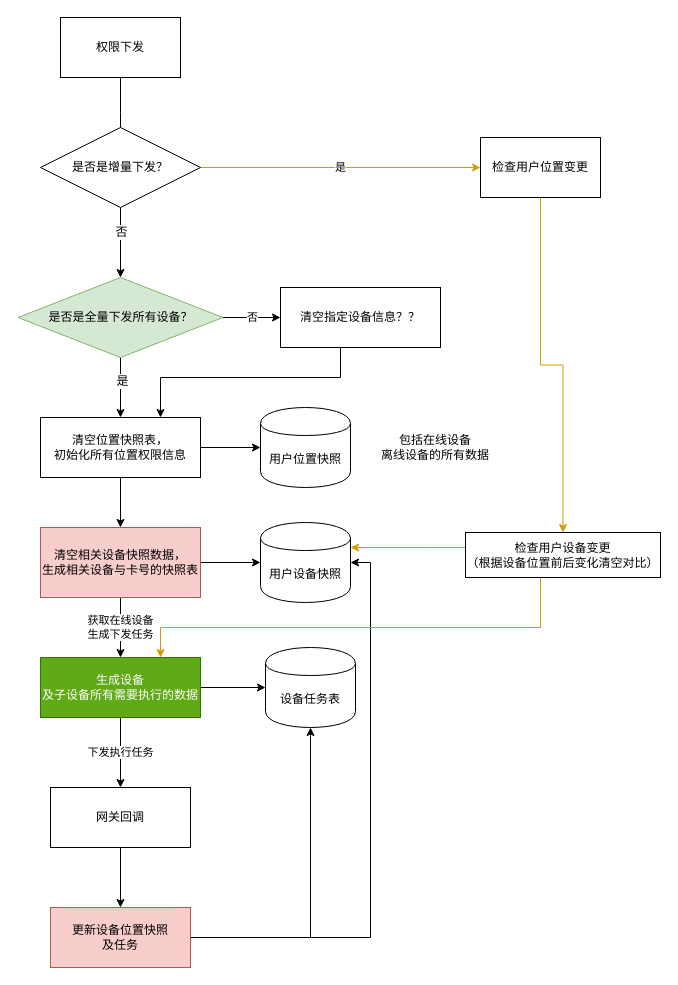
This is 权限下发.drawio from dovezat/drawio, a draw.io file, before an edit. Source tidied: cells renumbered, new cells numbered last; positions are measured from the earlier drawing's top-left corner, leaving out a move shared by most shapes. Both pictures are drawn from the tidied source at 100%, with x=0, y=0 at pixel (18, 17).
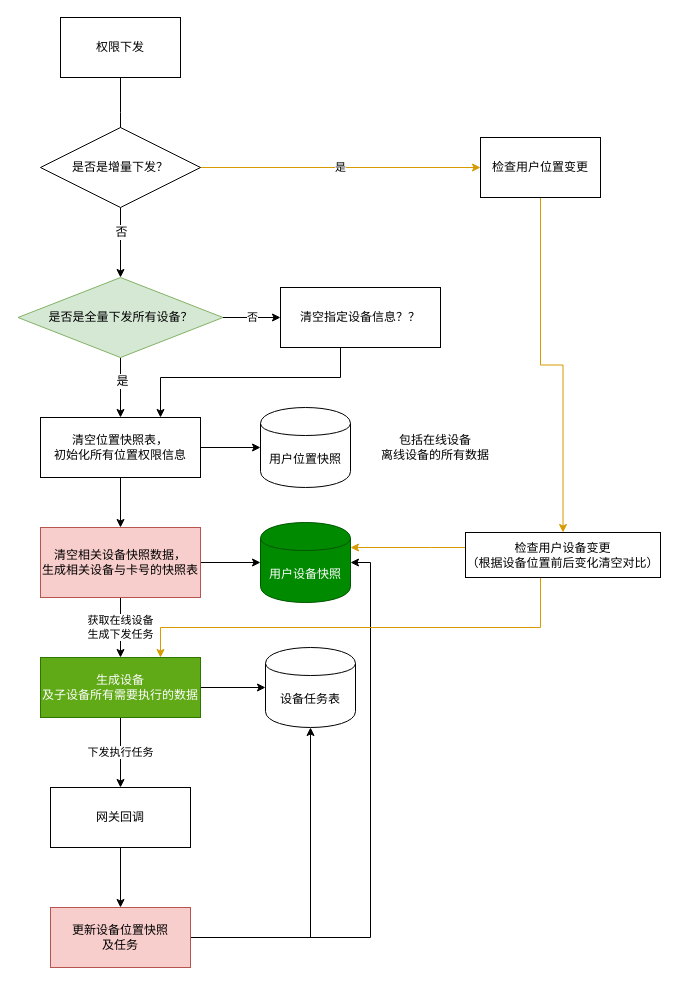
Above is the later version.

Change to the diagram source:
```diff
@@
-    <mxCell id="27" value="用户设备快照" style="shape=cylinder;whiteSpace=wrap;html=1;boundedLbl=1;backgroundOutline=1;" parent="1" vertex="1">
+    <mxCell id="27" value="用户设备快照" style="shape=cylinder;whiteSpace=wrap;html=1;boundedLbl=1;backgroundOutline=1;fillColor=#008a00;strokeColor=#005700;fontColor=#ffffff;" parent="1" vertex="1">
       <mxGeometry x="242" y="505" width="90" height="80" as="geometry" />
     </mxCell>
```
